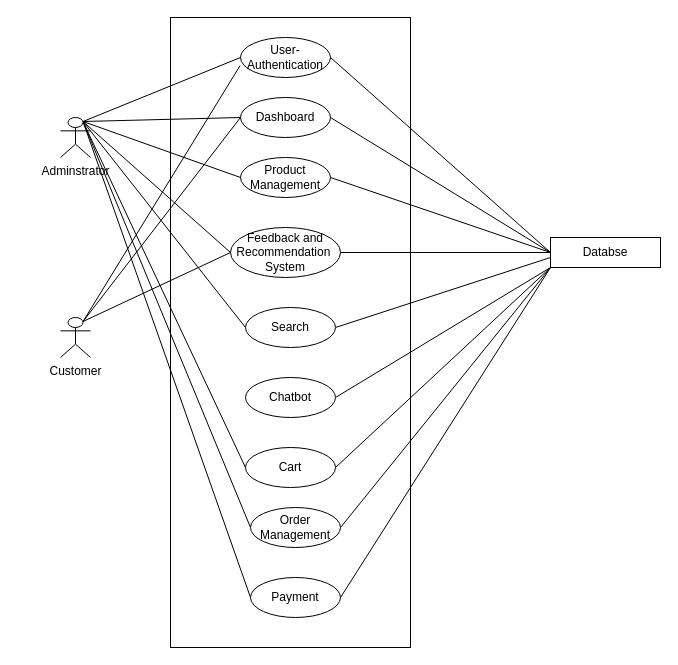
This is Software-Requirement-Specification/Use-Case-Diagrams/Level-1.drawio from fiercePanda007/SPL2-EcommerceWebApp, a draw.io file, before an edit. Source tidied: cells renumbered, new cells numbered last; positions are measured from the earlier drawing's top-left corner, leaving out a move shared by most shapes. Both pictures are drawn from the tidied source at 100%, with x=0, y=0 at pixel (60, 17).
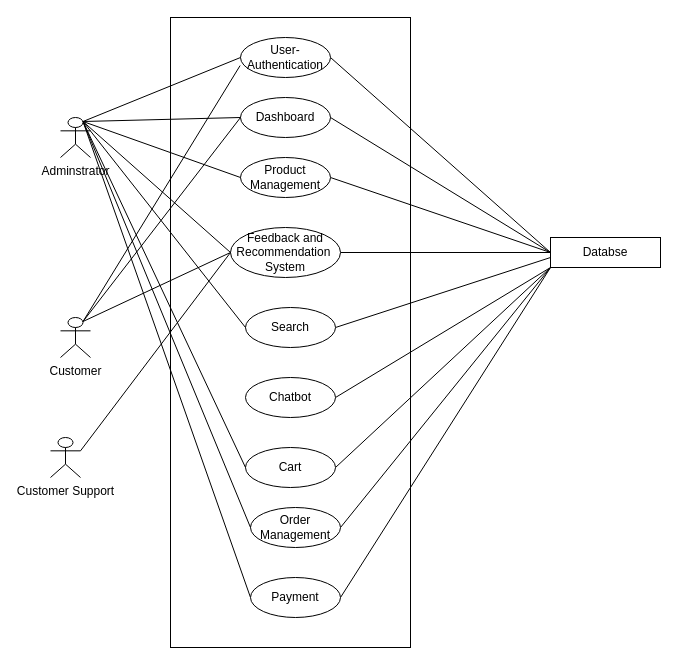
After the change.

Unchanged cells that the change refers to:
```xml
<mxCell id="13" value="Feedback and Recommendation&amp;nbsp; System" style="ellipse;whiteSpace=wrap;html=1;" parent="1" vertex="1">
  <mxGeometry x="170" y="210" width="110" height="50" as="geometry" />
</mxCell>
```

The edit, as a diff of the source:
```diff
@@
+    <mxCell id="35" style="edgeStyle=none;html=1;exitX=1;exitY=0.3333333333333333;exitDx=0;exitDy=0;exitPerimeter=0;entryX=0;entryY=0.5;entryDx=0;entryDy=0;endArrow=none;endFill=0;" parent="1" edge="1" source="36" target="13">
+      <mxGeometry relative="1" as="geometry" />
+    </mxCell>
+    <mxCell id="36" value="Customer Support" style="shape=umlActor;verticalLabelPosition=bottom;verticalAlign=top;html=1;outlineConnect=0;rounded=0;glass=0;sketch=0;shadow=0;" parent="1" vertex="1">
+      <mxGeometry x="-10" y="420" width="30" height="40" as="geometry" />
+    </mxCell>
```
